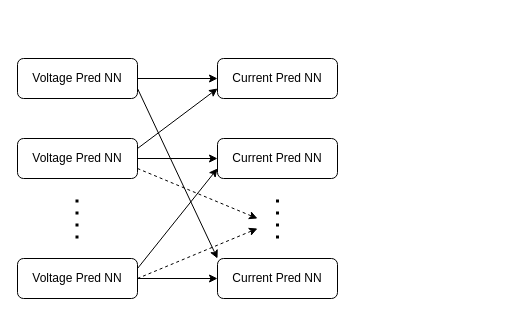
The draw.io diagram Untitled Diagram.drawio in tanushBee/hello-world, before the edit. Source tidied: cells renumbered, new cells numbered last; positions are measured from the earlier drawing's top-left corner, leaving out a move shared by most shapes. Both pictures are drawn from the tidied source at 100%, with x=0, y=0 at pixel (17, 58).
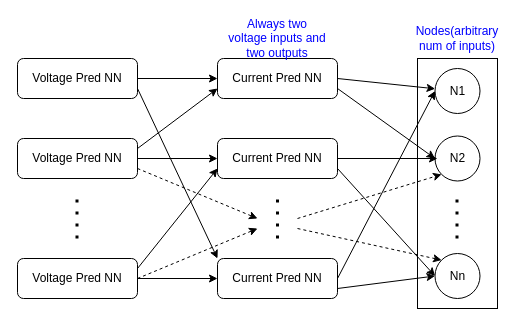
The same diagram, later.

The change refers to these unchanged cells:
```xml
<mxCell id="8" value="Current Pred NN" style="rounded=1;whiteSpace=wrap;html=1;" parent="1" vertex="1">
  <mxGeometry x="200" width="120" height="40" as="geometry" />
</mxCell>
<mxCell id="9" value="Current Pred NN" style="rounded=1;whiteSpace=wrap;html=1;" parent="1" vertex="1">
  <mxGeometry x="200" y="80" width="120" height="40" as="geometry" />
</mxCell>
<mxCell id="10" value="Current Pred NN" style="rounded=1;whiteSpace=wrap;html=1;" parent="1" vertex="1">
  <mxGeometry x="200" y="200" width="120" height="40" as="geometry" />
</mxCell>
```

What changed in the source:
```diff
@@
+    <mxCell id="18" style="rounded=0;whiteSpace=wrap;html=1;" parent="1" vertex="1">
+      <mxGeometry x="400" width="80" height="250" as="geometry" />
+    </mxCell>
+    <mxCell id="19" value="N1" style="ellipse;whiteSpace=wrap;html=1;" parent="1" vertex="1">
+      <mxGeometry x="417.5" y="10" width="45" height="45" as="geometry" />
+    </mxCell>
+    <mxCell id="20" value="N2" style="ellipse;whiteSpace=wrap;html=1;" parent="1" vertex="1">
+      <mxGeometry x="417.5" y="77.5" width="45" height="45" as="geometry" />
+    </mxCell>
+    <mxCell id="21" value="Nn" style="ellipse;whiteSpace=wrap;html=1;" parent="1" vertex="1">
+      <mxGeometry x="417.5" y="195" width="45" height="45" as="geometry" />
+    </mxCell>
+    <mxCell id="22" style="endArrow=none;dashed=1;html=1;dashPattern=1 3;strokeWidth=3;" parent="1" edge="1">
+      <mxGeometry relative="1" as="geometry">
+        <mxPoint x="439.5" y="180" as="sourcePoint" />
+        <mxPoint x="439.5" y="140" as="targetPoint" />
+      </mxGeometry>
+    </mxCell>
+    <mxCell id="23" value="&lt;font color=&quot;#0000FF&quot;&gt;Nodes(arbitrary num of inputs)&lt;/font&gt;" style="text;html=1;strokeColor=none;fillColor=none;align=center;verticalAlign=middle;whiteSpace=wrap;rounded=0;" parent="1" vertex="1">
+      <mxGeometry x="411.2" y="-30" width="57.5" height="20" as="geometry" />
+    </mxCell>
+    <mxCell id="24" value="&lt;font color=&quot;#0000FF&quot;&gt;Always two voltage inputs and two outputs&lt;br&gt;&lt;/font&gt;" style="text;html=1;strokeColor=none;fillColor=none;align=center;verticalAlign=middle;whiteSpace=wrap;rounded=0;" parent="1" vertex="1">
+      <mxGeometry x="210" y="-30" width="100" height="20" as="geometry" />
+    </mxCell>
+    <mxCell id="25" style="endArrow=classic;html=1;strokeWidth=1;exitX=1;exitY=0.5;exitDx=0;exitDy=0;" parent="1" edge="1" source="8" target="19">
+      <mxGeometry relative="1" as="geometry" />
+    </mxCell>
+    <mxCell id="26" style="endArrow=classic;html=1;strokeWidth=1;exitX=1;exitY=0.75;exitDx=0;exitDy=0;entryX=0;entryY=0.5;entryDx=0;entryDy=0;" parent="1" edge="1" source="8" target="20">
+      <mxGeometry relative="1" as="geometry" />
+    </mxCell>
+    <mxCell id="27" style="endArrow=classic;html=1;strokeWidth=1;exitX=1;exitY=0.5;exitDx=0;exitDy=0;" parent="1" edge="1" source="9">
+      <mxGeometry relative="1" as="geometry">
+        <mxPoint x="420" y="100" as="targetPoint" />
+      </mxGeometry>
+    </mxCell>
+    <mxCell id="28" style="endArrow=classic;html=1;strokeWidth=1;exitX=1;exitY=0.75;exitDx=0;exitDy=0;entryX=0;entryY=0.5;entryDx=0;entryDy=0;" parent="1" edge="1" source="9" target="21">
+      <mxGeometry relative="1" as="geometry" />
+    </mxCell>
+    <mxCell id="29" style="endArrow=classic;html=1;strokeWidth=1;exitX=1;exitY=0.5;exitDx=0;exitDy=0;entryX=0;entryY=0.5;entryDx=0;entryDy=0;" parent="1" edge="1" source="10" target="19">
+      <mxGeometry relative="1" as="geometry" />
+    </mxCell>
+    <mxCell id="30" style="endArrow=classic;html=1;strokeWidth=1;exitX=1;exitY=0.75;exitDx=0;exitDy=0;entryX=0;entryY=0.5;entryDx=0;entryDy=0;" parent="1" edge="1" source="10" target="21">
+      <mxGeometry relative="1" as="geometry" />
+    </mxCell>
+    <mxCell id="31" style="endArrow=classic;html=1;strokeWidth=1;entryX=0;entryY=1;entryDx=0;entryDy=0;dashed=1;" parent="1" edge="1" target="20">
+      <mxGeometry relative="1" as="geometry">
+        <mxPoint x="280" y="160" as="sourcePoint" />
+      </mxGeometry>
+    </mxCell>
+    <mxCell id="32" style="endArrow=classic;html=1;dashed=1;strokeWidth=1;entryX=0;entryY=0;entryDx=0;entryDy=0;" parent="1" edge="1" target="21">
+      <mxGeometry relative="1" as="geometry">
+        <mxPoint x="280" y="170" as="sourcePoint" />
+      </mxGeometry>
+    </mxCell>
```
